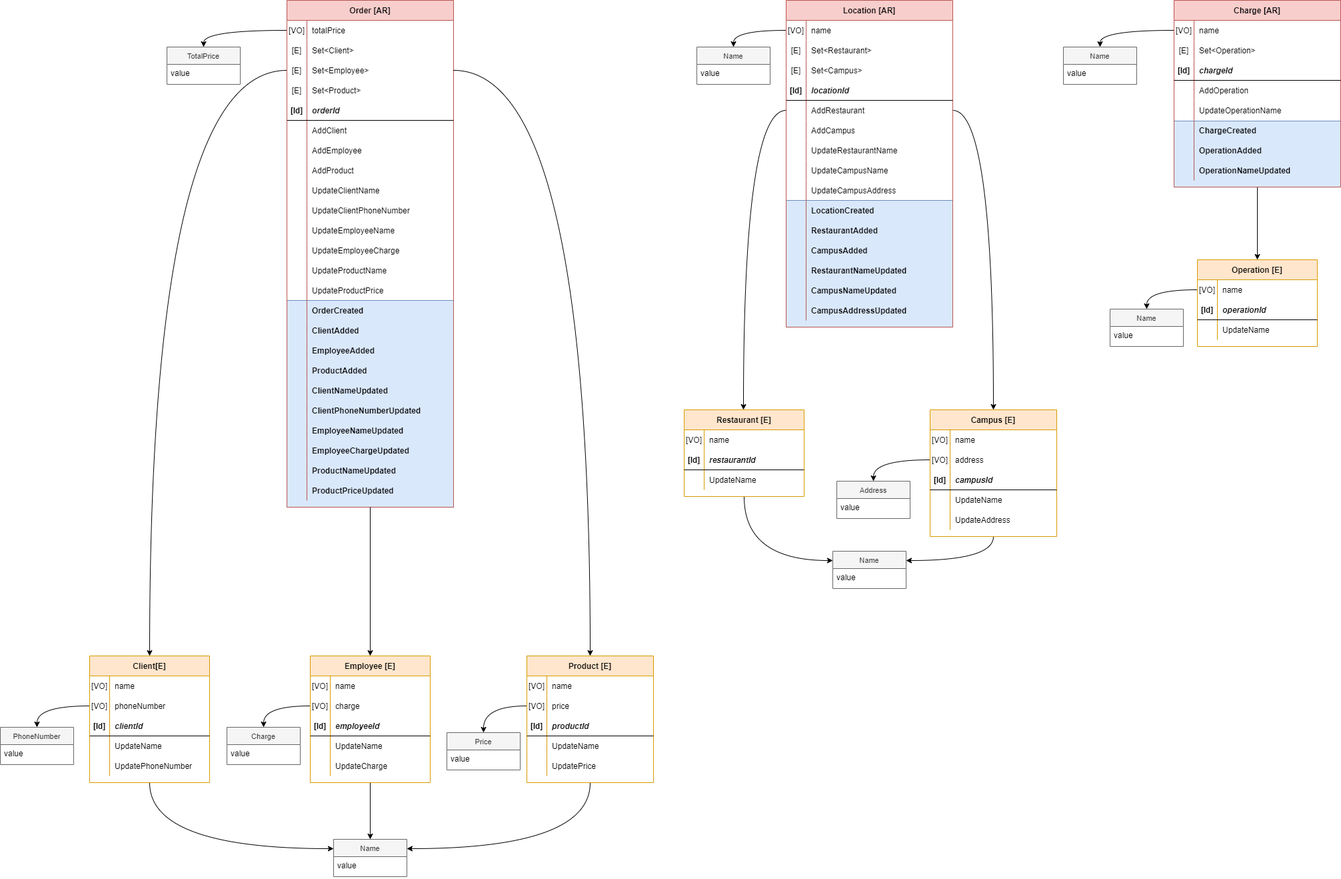
The draw.io diagram Artifacts/Diagrama DDD Restaurante-Model.drawio.png in luismilopez10/Restaurant_DDD, before a commit. Source tidied: cells renumbered, new cells last; positions are measured from the earlier drawing's top-left corner, leaving out a move shared by most shapes.
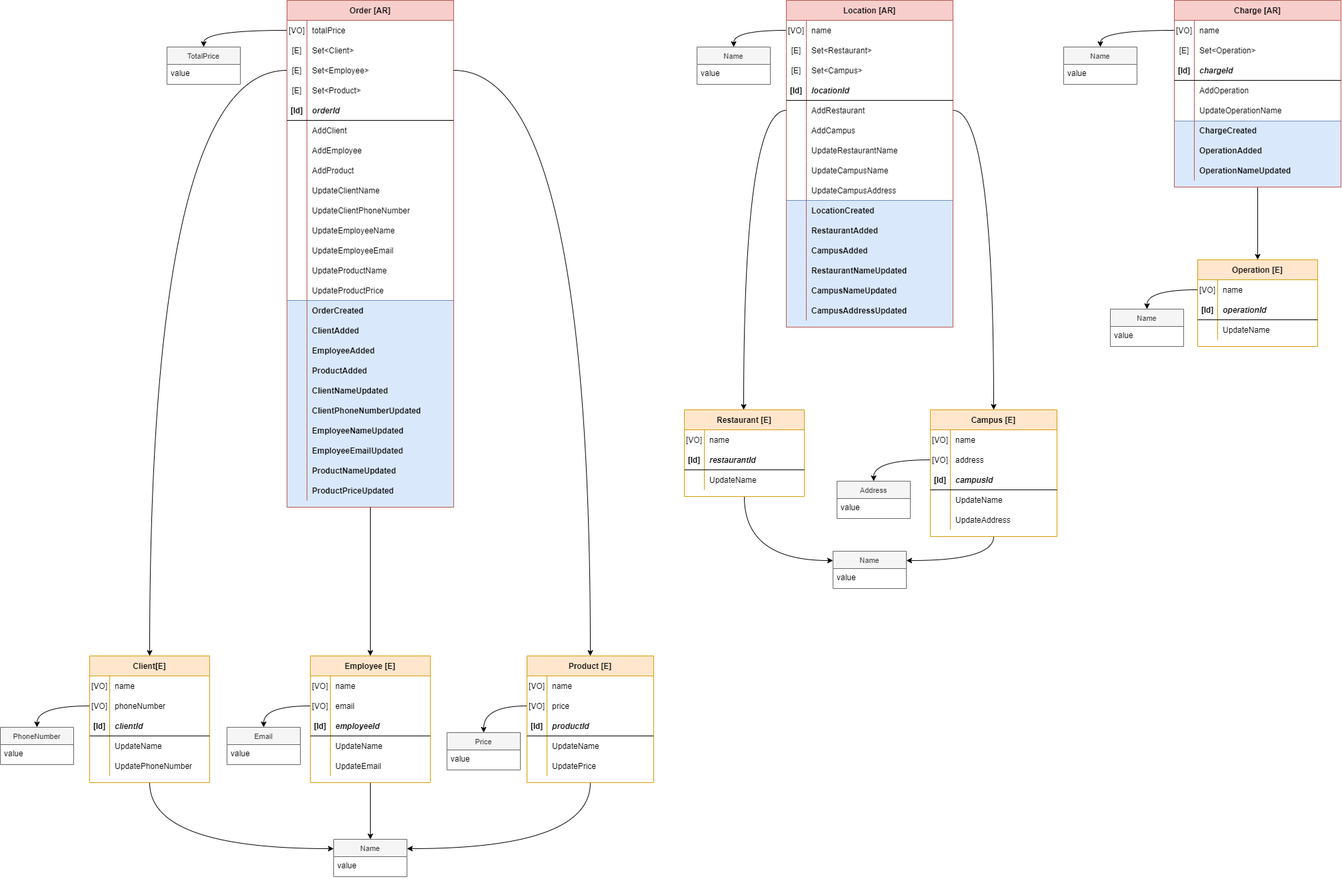
The same diagram one commit later.

The edit, as a diff of the source:
```diff
@@ -113,7 +113,7 @@
     <mxCell id="38" style="shape=partialRectangle;fillColor=none;top=0;left=0;bottom=0;right=0;overflow=hidden;" parent="37" vertex="1">
       <mxGeometry width="30" height="30" as="geometry" />
     </mxCell>
-    <mxCell id="39" value="UpdateEmployeeCharge" style="shape=partialRectangle;fillColor=none;top=0;left=0;bottom=0;right=0;align=left;spacingLeft=6;overflow=hidden;" parent="37" vertex="1">
+    <mxCell id="39" value="UpdateEmployeeEmail" style="shape=partialRectangle;fillColor=none;top=0;left=0;bottom=0;right=0;align=left;spacingLeft=6;overflow=hidden;" parent="37" vertex="1">
       <mxGeometry x="30" width="220" height="30" as="geometry" />
     </mxCell>
     <mxCell id="40" style="shape=partialRectangle;fillColor=none;top=0;left=0;bottom=0;right=0;fontSize=14;" parent="3" vertex="1">
@@ -203,7 +203,7 @@
     <mxCell id="68" style="shape=partialRectangle;fillColor=none;top=0;left=0;bottom=0;right=0;overflow=hidden;fontStyle=1;" parent="67" vertex="1">
       <mxGeometry width="30" height="30" as="geometry" />
     </mxCell>
-    <mxCell id="69" value="EmployeeChargeUpdated" style="shape=partialRectangle;fillColor=none;top=0;left=0;bottom=0;right=0;align=left;spacingLeft=6;overflow=hidden;fontStyle=1;" parent="67" vertex="1">
+    <mxCell id="69" value="EmployeeEmailUpdated" style="shape=partialRectangle;fillColor=none;top=0;left=0;bottom=0;right=0;align=left;spacingLeft=6;overflow=hidden;fontStyle=1;" parent="67" vertex="1">
       <mxGeometry x="30" width="220" height="30" as="geometry" />
     </mxCell>
     <mxCell id="70" style="shape=partialRectangle;fillColor=none;top=0;left=0;bottom=0;right=0;fontSize=14;verticalAlign=top;fontStyle=1;" parent="3" vertex="1">
@@ -252,7 +252,7 @@
     <mxCell id="83" value="[VO]" style="shape=partialRectangle;fillColor=none;top=0;left=0;bottom=0;right=0;overflow=hidden;" parent="82" vertex="1">
       <mxGeometry width="30" height="30" as="geometry" />
     </mxCell>
-    <mxCell id="84" value="charge" style="shape=partialRectangle;fillColor=none;top=0;left=0;bottom=0;right=0;align=left;spacingLeft=6;overflow=hidden;" parent="82" vertex="1">
+    <mxCell id="84" value="email" style="shape=partialRectangle;fillColor=none;top=0;left=0;bottom=0;right=0;align=left;spacingLeft=6;overflow=hidden;" parent="82" vertex="1">
       <mxGeometry x="30" width="150" height="30" as="geometry" />
     </mxCell>
     <mxCell id="85" style="shape=partialRectangle;fillColor=none;top=0;left=0;bottom=1;right=0;" parent="78" vertex="1">
@@ -279,7 +279,7 @@
     <mxCell id="92" style="shape=partialRectangle;fillColor=none;top=0;left=0;bottom=0;right=0;overflow=hidden;" parent="91" vertex="1">
       <mxGeometry width="30" height="30" as="geometry" />
     </mxCell>
-    <mxCell id="93" value="UpdateCharge" style="shape=partialRectangle;fillColor=none;top=0;left=0;bottom=0;right=0;align=left;spacingLeft=6;overflow=hidden;" parent="91" vertex="1">
+    <mxCell id="93" value="UpdateEmail" style="shape=partialRectangle;fillColor=none;top=0;left=0;bottom=0;right=0;align=left;spacingLeft=6;overflow=hidden;" parent="91" vertex="1">
       <mxGeometry x="30" width="150" height="30" as="geometry" />
     </mxCell>
     <mxCell id="94" style="edgeStyle=orthogonalEdgeStyle;curved=1;jettySize=auto;html=1;exitX=0.5;exitY=1;exitDx=0;exitDy=0;fontSize=11;entryX=0;entryY=0.25;entryDx=0;entryDy=0;" parent="1" edge="1" source="95" target="128">
@@ -761,7 +761,7 @@
     <mxCell id="248" style="edgeStyle=orthogonalEdgeStyle;rounded=0;jettySize=auto;html=1;exitX=0;exitY=0.5;exitDx=0;exitDy=0;entryX=0.5;entryY=0;entryDx=0;entryDy=0;curved=1;" parent="1" edge="1" source="99" target="246">
       <mxGeometry relative="1" as="geometry" />
     </mxCell>
-    <mxCell id="249" value="Charge" style="swimlane;fontStyle=0;horizontal=1;startSize=26;align=center;fontSize=11;fillColor=#f5f5f5;strokeColor=#666666;fontColor=#333333;" parent="1" vertex="1">
+    <mxCell id="249" value="Email" style="swimlane;fontStyle=0;horizontal=1;startSize=26;align=center;fontSize=11;fillColor=#f5f5f5;strokeColor=#666666;fontColor=#333333;" parent="1" vertex="1">
       <mxGeometry x="340" y="1090" width="110" height="56" as="geometry" />
     </mxCell>
     <mxCell id="250" value="value" style="text;strokeColor=none;fillColor=none;spacingLeft=4;spacingRight=4;overflow=hidden;fontSize=12;" parent="249" vertex="1">
```
